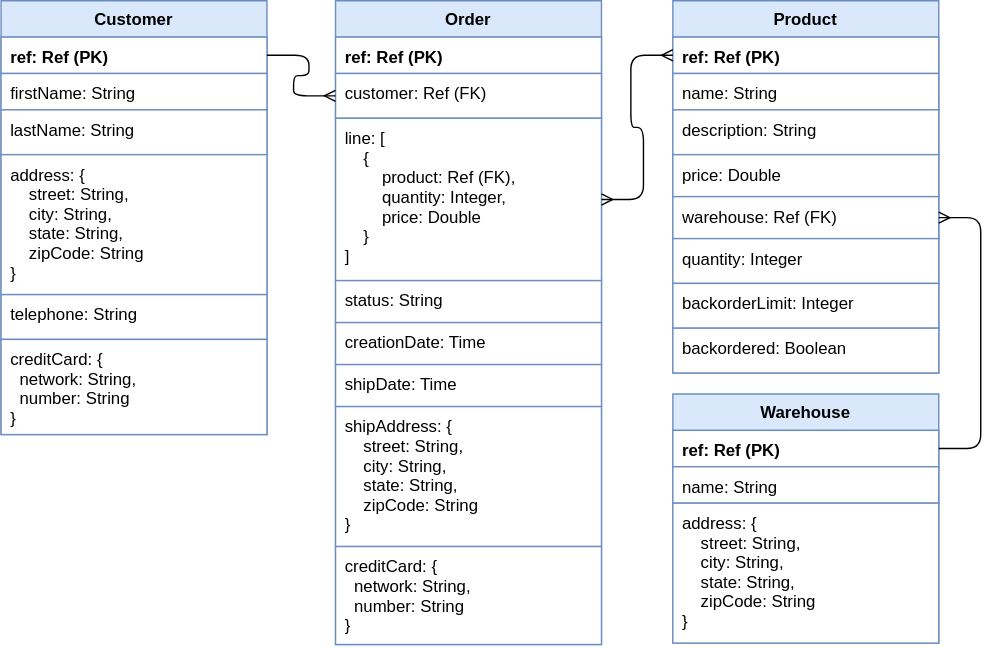
lregnier/faunadb-sample-db keeps this draw.io diagram as images/ecommerce.svg. Above is the earlier version. Source tidied: cells renumbered, new cells last; positions are measured from the earlier drawing's top-left corner, leaving out a move shared by most shapes.
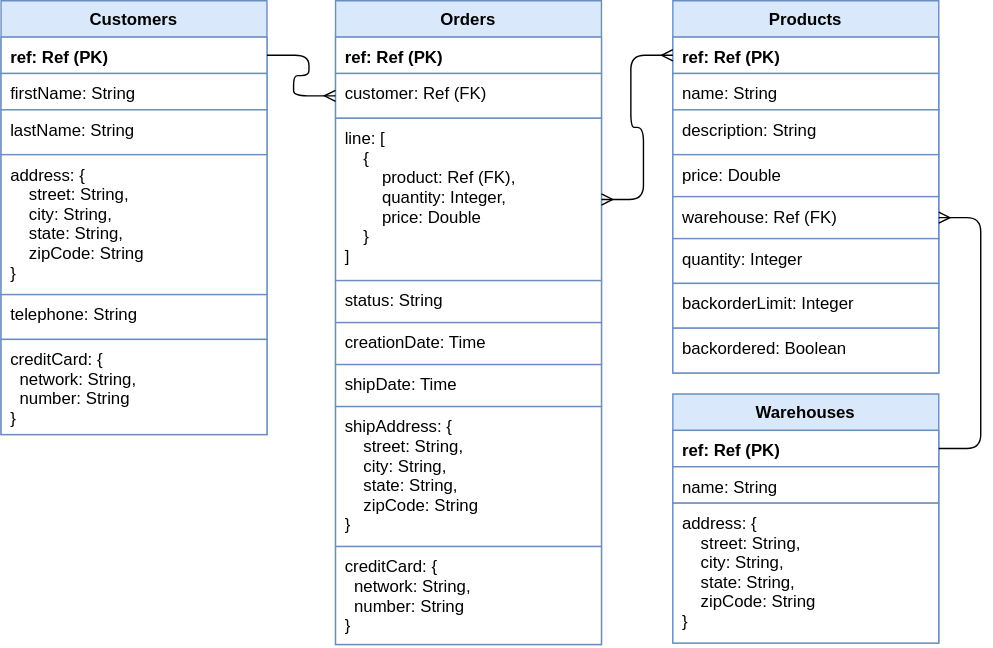
The same file after the commit.

The edit, as a diff of the source:
```diff
@@ -2,7 +2,7 @@
   <root>
     <mxCell id="0" />
     <mxCell id="1" parent="0" />
-    <mxCell id="2" value="Customer" style="swimlane;fontStyle=1;horizontal=1;startSize=26;fillColor=#dae8fc;strokeColor=#6c8ebf;" parent="1" vertex="1">
+    <mxCell id="2" value="Customers" style="swimlane;fontStyle=1;horizontal=1;startSize=26;fillColor=#dae8fc;strokeColor=#6c8ebf;" parent="1" vertex="1">
       <mxGeometry width="190" height="310" as="geometry" />
     </mxCell>
     <mxCell id="3" value="ref: Ref (PK)&#10;" style="text;strokeColor=#6C8EBF;fillColor=#ffffff;align=left;verticalAlign=top;spacingLeft=4;spacingRight=4;overflow=hidden;points=[[0,0.5],[1,0.5]];portConstraint=eastwest;fontStyle=1;" parent="2" vertex="1">
@@ -23,7 +23,7 @@
     <mxCell id="8" value="creditCard: {&#10;  network: String,&#10;  number: String&#10;}&#10;" style="text;strokeColor=#6C8EBF;fillColor=#ffffff;align=left;verticalAlign=top;spacingLeft=4;spacingRight=4;overflow=hidden;" parent="2" vertex="1">
       <mxGeometry y="242" width="190" height="68" as="geometry" />
     </mxCell>
-    <mxCell id="9" value="Warehouse" style="swimlane;fontStyle=1;horizontal=1;startSize=26;fillColor=#dae8fc;strokeColor=#6c8ebf;" parent="1" vertex="1">
+    <mxCell id="9" value="Warehouses" style="swimlane;fontStyle=1;horizontal=1;startSize=26;fillColor=#dae8fc;strokeColor=#6c8ebf;" parent="1" vertex="1">
       <mxGeometry x="480" y="281" width="190" height="178" as="geometry" />
     </mxCell>
     <mxCell id="10" value="ref: Ref (PK)&#10;" style="text;strokeColor=#6C8EBF;fillColor=#ffffff;align=left;verticalAlign=top;spacingLeft=4;spacingRight=4;overflow=hidden;points=[[0,0.5],[1,0.5]];portConstraint=eastwest;fontStyle=1;" parent="9" vertex="1">
@@ -35,7 +35,7 @@
     <mxCell id="12" value="address: {&#10;    street: String,&#10;    city: String,&#10;    state: String,&#10;    zipCode: String&#10;}&#10;" style="text;strokeColor=#6c8ebf;fillColor=#ffffff;align=left;verticalAlign=top;spacingLeft=4;spacingRight=4;overflow=hidden;" parent="9" vertex="1">
       <mxGeometry y="78" width="190" height="100" as="geometry" />
     </mxCell>
-    <mxCell id="13" value="Product" style="swimlane;fontStyle=1;horizontal=1;startSize=26;fillColor=#dae8fc;strokeColor=#6c8ebf;" parent="1" vertex="1">
+    <mxCell id="13" value="Products" style="swimlane;fontStyle=1;horizontal=1;startSize=26;fillColor=#dae8fc;strokeColor=#6c8ebf;" parent="1" vertex="1">
       <mxGeometry x="480" width="190" height="266" as="geometry" />
     </mxCell>
     <mxCell id="14" value="ref: Ref (PK)&#10;" style="text;strokeColor=#6C8EBF;fillColor=#ffffff;align=left;verticalAlign=top;spacingLeft=4;spacingRight=4;overflow=hidden;points=[[0,0.5],[1,0.5]];portConstraint=eastwest;fontStyle=1;" parent="13" vertex="1">
@@ -62,7 +62,7 @@
     <mxCell id="21" value="backordered: Boolean" style="text;strokeColor=#6C8EBF;fillColor=#ffffff;align=left;verticalAlign=top;spacingLeft=4;spacingRight=4;overflow=hidden;" parent="13" vertex="1">
       <mxGeometry y="234" width="190" height="32" as="geometry" />
     </mxCell>
-    <mxCell id="22" value="Order" style="swimlane;fontStyle=1;horizontal=1;startSize=26;fillColor=#dae8fc;strokeColor=#6c8ebf;" parent="1" vertex="1">
+    <mxCell id="22" value="Orders" style="swimlane;fontStyle=1;horizontal=1;startSize=26;fillColor=#dae8fc;strokeColor=#6c8ebf;" parent="1" vertex="1">
       <mxGeometry x="239" width="190" height="460" as="geometry" />
     </mxCell>
     <mxCell id="23" value="ref: Ref (PK)&#10;" style="text;strokeColor=#6C8EBF;fillColor=#ffffff;align=left;verticalAlign=top;spacingLeft=4;spacingRight=4;overflow=hidden;fontStyle=1;" parent="22" vertex="1">
```
